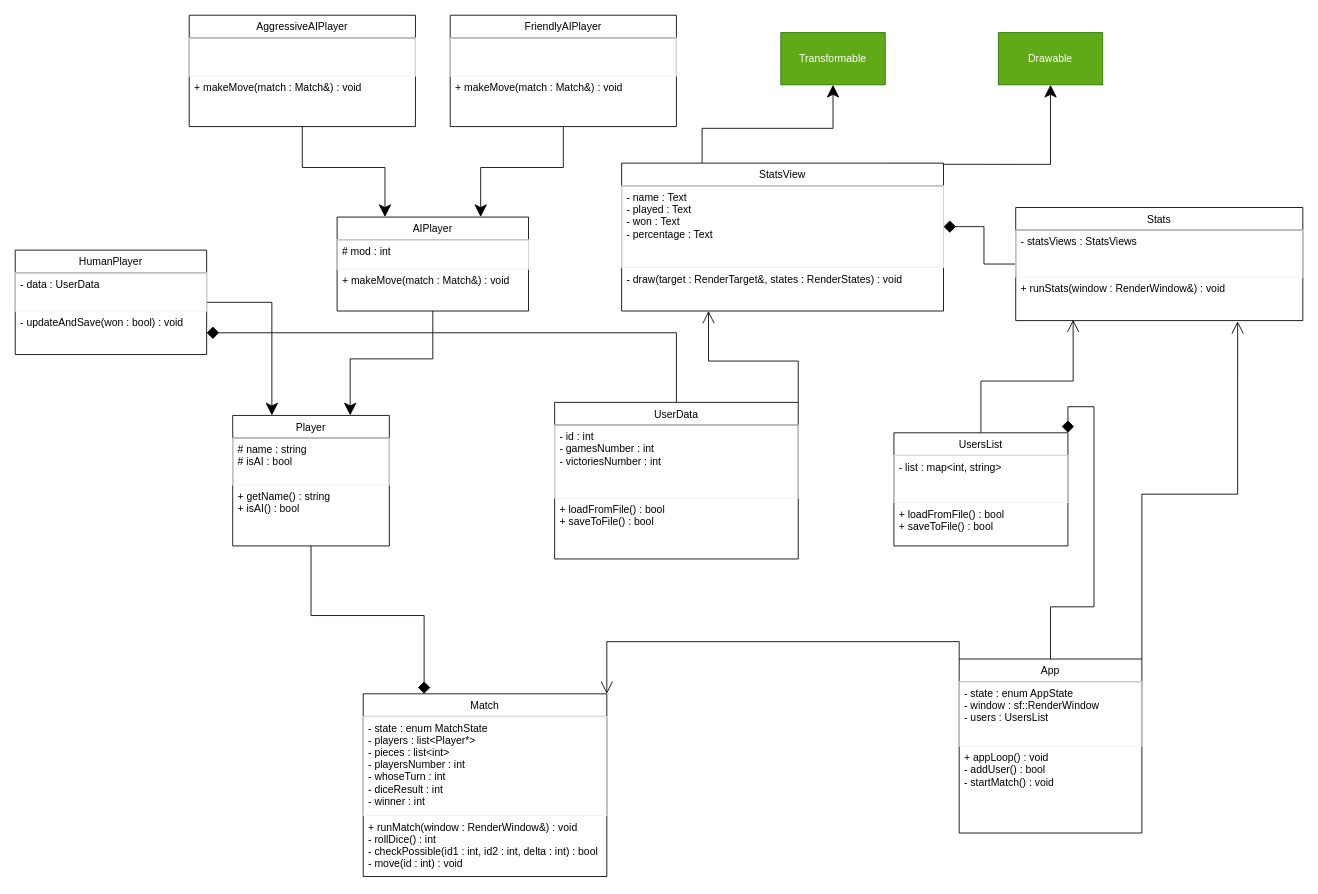
The draw.io diagram docs/diagram.drawio in cptkidd62/ludo-game, before the edit. Source tidied: cells renumbered, new cells numbered last; positions are measured from the earlier drawing's top-left corner, leaving out a move shared by most shapes. Both pictures are drawn from the tidied source at 87%, with x=0, y=0 at pixel (15, 15).
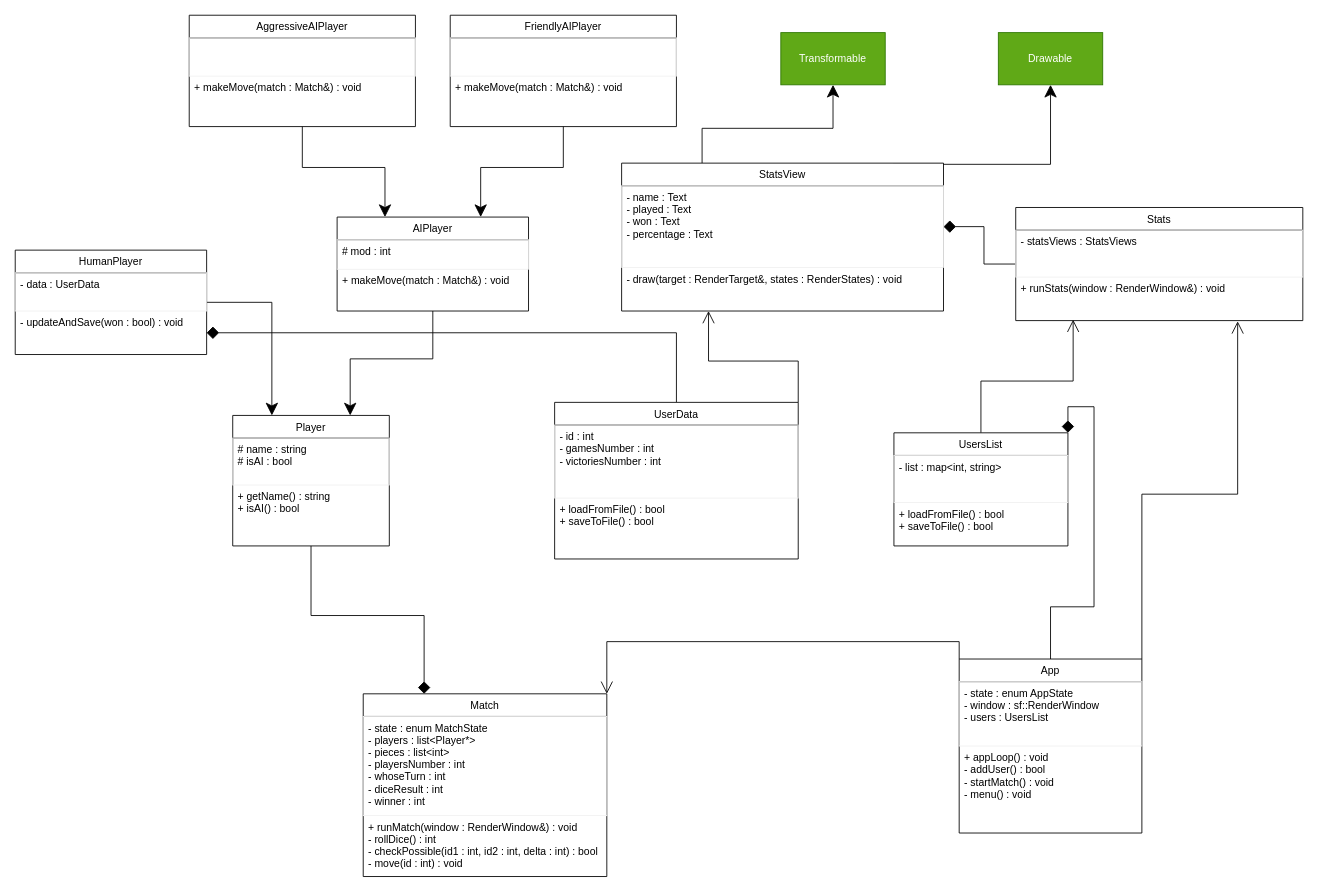
After the change.

The change refers to these unchanged cells:
```xml
<mxCell id="17" value="App" style="swimlane;fontStyle=0;horizontal=1;startSize=26;" parent="1" vertex="1">
  <mxGeometry x="1085" y="740" width="210" height="200" as="geometry" />
</mxCell>
```

Change to the diagram source:
```diff
@@
-    <mxCell id="19" value="+ appLoop() : void&#10;- addUser() : bool&#10;- startMatch() : void" style="text;strokeColor=none;fillColor=none;align=left;verticalAlign=top;spacingLeft=4;spacingRight=4;overflow=hidden;" parent="17" vertex="1">
+    <mxCell id="19" value="+ appLoop() : void&#10;- addUser() : bool&#10;- startMatch() : void&#10;- menu() : void" style="text;strokeColor=none;fillColor=none;align=left;verticalAlign=top;spacingLeft=4;spacingRight=4;overflow=hidden;" parent="17" vertex="1">
       <mxGeometry y="100" width="210" height="100" as="geometry" />
     </mxCell>
```
